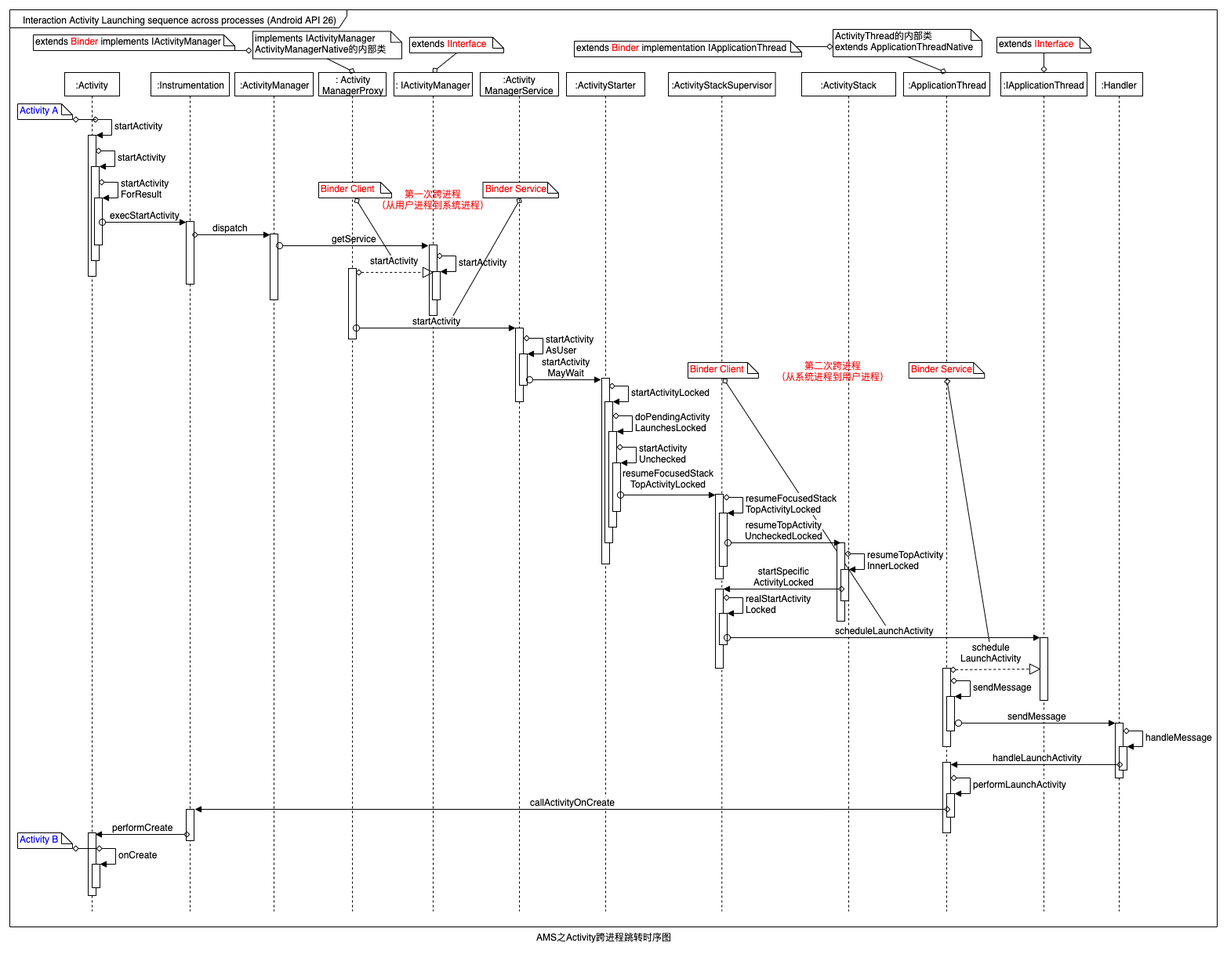
Before: show/activity_launching_sequence_across_processes.png, a diagram exported from draw.io (tianyalu/NeAmsSample). Source tidied: cells renumbered, new cells last; positions are measured from the earlier drawing's top-left corner, leaving out a move shared by most shapes.
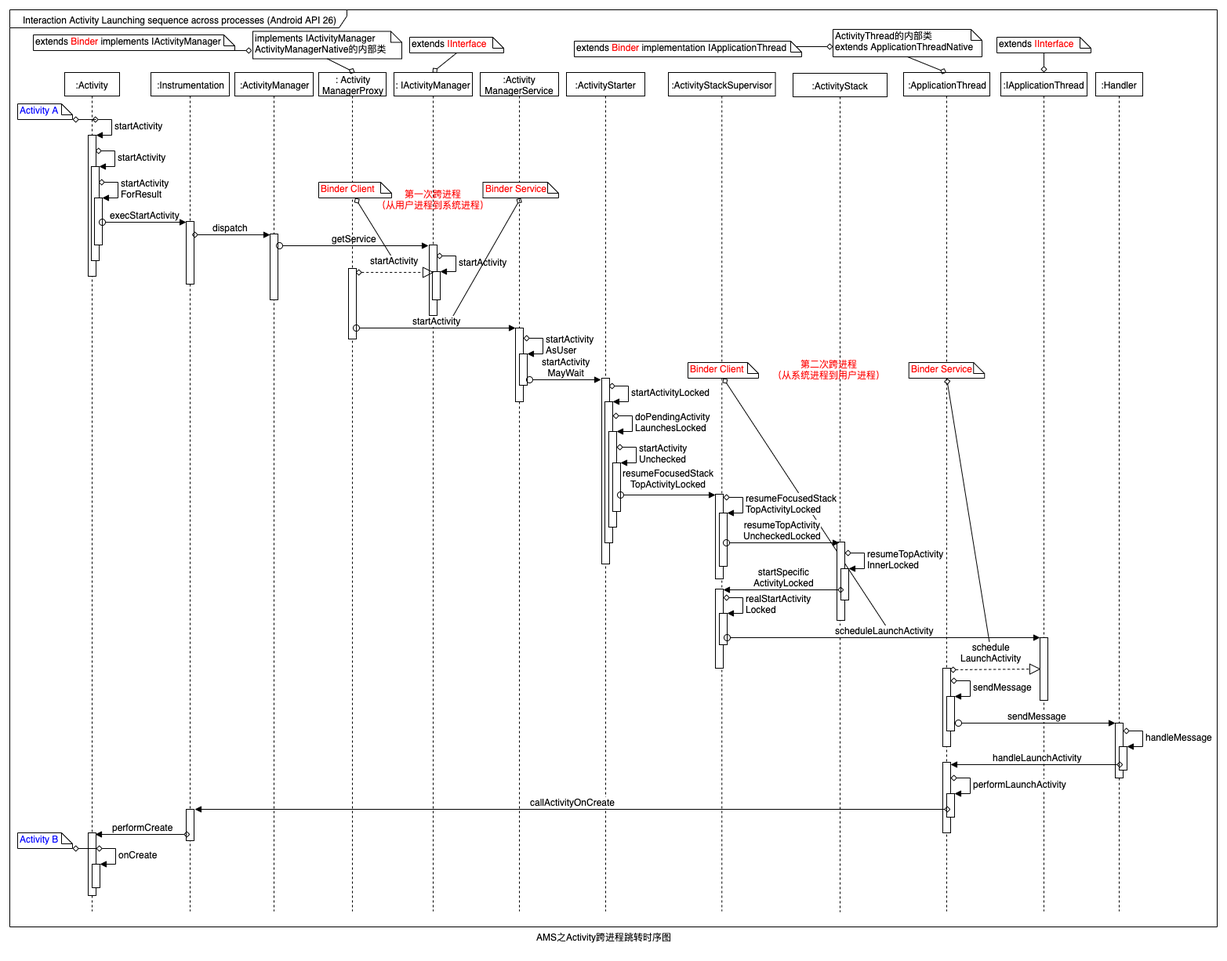
After the change.

The edit, as a diff of the source:
```diff
@@ -232,34 +232,35 @@
       </mxGeometry>
     </mxCell>
     <mxCell id="54" value=":ActivityStack" style="shape=umlLifeline;perimeter=lifelinePerimeter;whiteSpace=wrap;html=1;rounded=0;strokeColor=#000000;strokeWidth=1;fillColor=#ffffff;fontColor=#000000;size=30;" parent="1" vertex="1">
-      <mxGeometry x="1010" y="80" width="120" height="1070" as="geometry" />
+      <mxGeometry x="999" y="81" width="120" height="1070" as="geometry" />
     </mxCell>
+    <mxCell id="59" value="&lt;font color=&quot;#ff0000&quot;&gt;第二次跨进程&lt;br&gt;（从系统进程到用户进程）&lt;br&gt;&lt;/font&gt;" style="text;html=1;align=center;verticalAlign=middle;fontColor=#000000;" parent="54" vertex="1">
+      <mxGeometry x="-34" y="363" width="160" height="30" as="geometry" />
+    </mxCell>
     <mxCell id="55" style="html=1;perimeter=orthogonalPerimeter;rounded=0;strokeColor=#000000;strokeWidth=1;fillColor=#ffffff;fontColor=#000000;" parent="54" vertex="1">
-      <mxGeometry x="45" y="600" width="10" height="100" as="geometry" />
+      <mxGeometry x="56" y="598" width="10" height="100" as="geometry" />
     </mxCell>
-    <mxCell id="56" style="html=1;points=[];perimeter=orthogonalPerimeter;rounded=0;strokeColor=#000000;strokeWidth=1;fillColor=#ffffff;fontColor=#000000;" parent="54" vertex="1">
-      <mxGeometry x="50" y="634" width="10" height="40" as="geometry" />
-    </mxCell>
+    <mxCell id="103" style="html=1;points=[];perimeter=orthogonalPerimeter;rounded=0;strokeColor=#000000;strokeWidth=1;fillColor=#ffffff;fontColor=#000000;" parent="54" vertex="1">
+      <mxGeometry x="61" y="632" width="10" height="40" as="geometry" />
+    </mxCell>
-    <mxCell id="57" value="resumeTopActivity&lt;br&gt;InnerLocked" style="edgeStyle=orthogonalEdgeStyle;html=1;align=left;spacingLeft=2;endArrow=block;rounded=0;entryX=1;entryY=0;strokeColor=#000000;strokeWidth=1;fontColor=#000000;" parent="54" edge="1" target="56">
+    <mxCell id="57" value="resumeTopActivity&lt;br&gt;InnerLocked" style="edgeStyle=orthogonalEdgeStyle;html=1;align=left;spacingLeft=2;endArrow=block;rounded=0;entryX=1;entryY=0;strokeColor=#000000;strokeWidth=1;fontColor=#000000;" parent="54" edge="1" target="103">
       <mxGeometry relative="1" as="geometry">
-        <mxPoint x="55" y="614" as="sourcePoint" />
+        <mxPoint x="66" y="612" as="sourcePoint" />
         <Array as="points">
-          <mxPoint x="80" y="614" />
+          <mxPoint x="91" y="612" />
         </Array>
       </mxGeometry>
     </mxCell>
-    <mxCell id="58" value="startSpecific&lt;br&gt;ActivityLocked" style="html=1;verticalAlign=bottom;endArrow=block;strokeColor=#000000;strokeWidth=1;fontColor=#000000;exitX=0.5;exitY=0.623;exitDx=0;exitDy=0;exitPerimeter=0;" parent="54" edge="1">
+    <mxCell id="58" value="startSpecific&lt;br&gt;ActivityLocked" style="html=1;verticalAlign=bottom;endArrow=block;strokeColor=#000000;strokeWidth=1;fontColor=#000000;exitX=-0.1;exitY=0.675;exitDx=0;exitDy=0;exitPerimeter=0;" parent="54" edge="1">
       <mxGeometry relative="1" as="geometry">
-        <mxPoint x="55" y="658.9" as="sourcePoint" />
-        <mxPoint x="-100" y="659" as="targetPoint" />
+        <mxPoint x="65" y="659" as="sourcePoint" />
+        <mxPoint x="-89" y="659" as="targetPoint" />
       </mxGeometry>
     </mxCell>
-    <mxCell id="59" value="&lt;font color=&quot;#ff0000&quot;&gt;第二次跨进程&lt;br&gt;（从系统进程到用户进程）&lt;br&gt;&lt;/font&gt;" style="text;html=1;align=center;verticalAlign=middle;fontColor=#000000;" parent="54" vertex="1">
-      <mxGeometry x="-40" y="366" width="160" height="30" as="geometry" />
-    </mxCell>
-    <mxCell id="60" value="resumeTopActivity&lt;br&gt;UncheckedLocked" style="html=1;verticalAlign=bottom;startArrow=oval;endArrow=block;startSize=8;strokeColor=#000000;strokeWidth=1;fontColor=#000000;exitX=1.1;exitY=0.559;exitDx=0;exitDy=0;exitPerimeter=0;" parent="1" edge="1" source="47">
+    <mxCell id="60" value="resumeTopActivity&lt;br&gt;UncheckedLocked" style="html=1;verticalAlign=bottom;startArrow=oval;endArrow=block;startSize=8;strokeColor=#000000;strokeWidth=1;fontColor=#000000;exitX=1.1;exitY=0.559;exitDx=0;exitDy=0;exitPerimeter=0;" parent="1" edge="1">
       <mxGeometry relative="1" as="geometry">
-        <mxPoint x="1060" y="680" as="targetPoint" />
+        <mxPoint x="914" y="680" as="sourcePoint" />
+        <mxPoint x="1058" y="680" as="targetPoint" />
       </mxGeometry>
     </mxCell>
     <mxCell id="61" value=":IApplicationThread" style="shape=umlLifeline;perimeter=lifelinePerimeter;whiteSpace=wrap;html=1;rounded=0;strokeColor=#000000;strokeWidth=1;fillColor=#ffffff;fontColor=#000000;size=30;" parent="1" vertex="1">
```
